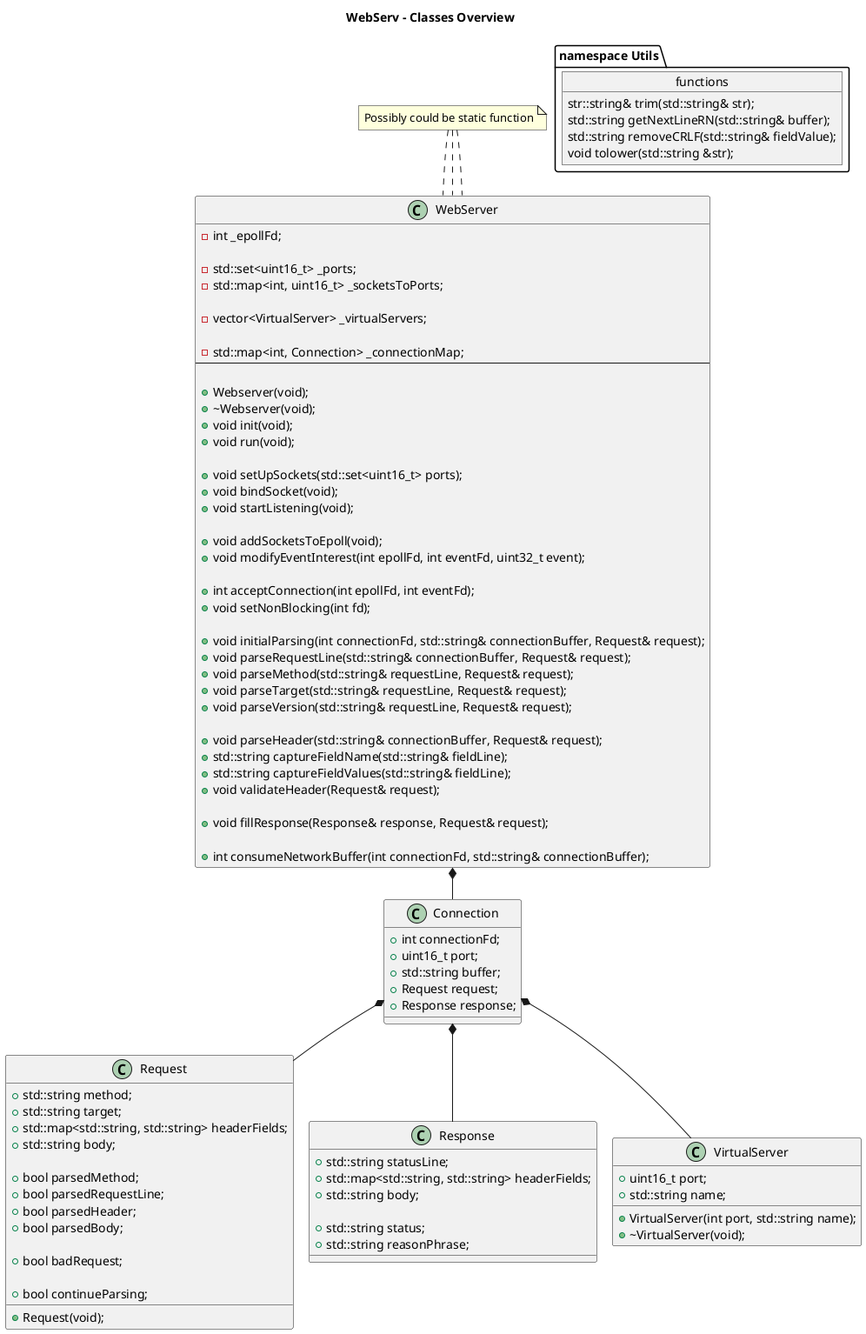
This is docs/webservSchema.png from thaisnishimoto/42sp_Webserv, a PlantUML export, as it was before one commit. Its source is kept beside it as docs/webservSchema.puml.
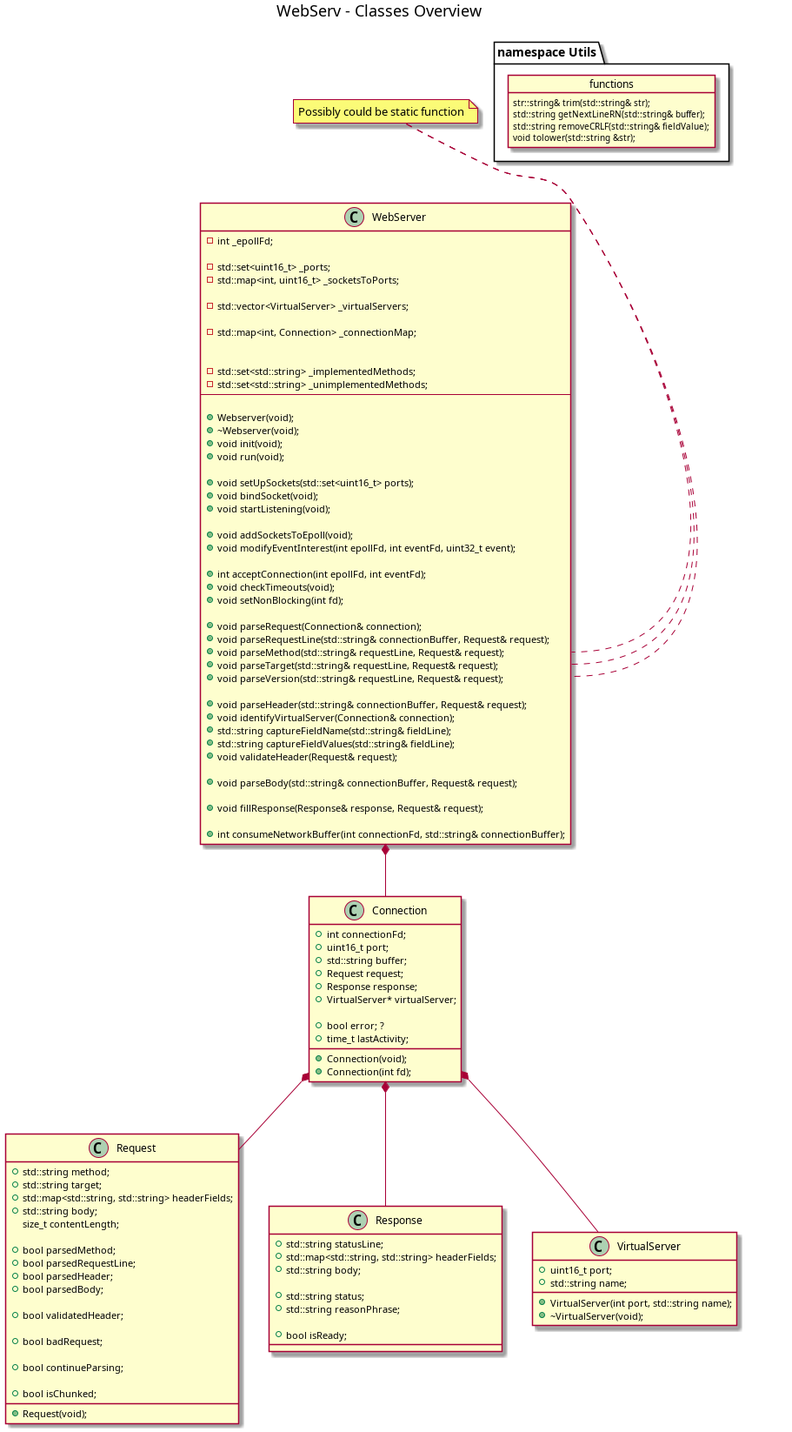
After the commit.

The edit, as a diff of the source:
```diff
@@ -15,9 +15,13 @@
 	-std::set<uint16_t> _ports;
 	-std::map<int, uint16_t> _socketsToPorts;
 
-	-vector<VirtualServer> _virtualServers;
+	-std::vector<VirtualServer> _virtualServers;
 
 	-std::map<int, Connection> _connectionMap;
+
+
+	-std::set<std::string> _implementedMethods;
+	-std::set<std::string> _unimplementedMethods;
 	--
 
 	+Webserver(void);
@@ -33,18 +37,22 @@
 	+void modifyEventInterest(int epollFd, int eventFd, uint32_t event);
 
 	+int acceptConnection(int epollFd, int eventFd);
+	+void checkTimeouts(void);
 	+void setNonBlocking(int fd);
 
-	+void initialParsing(int connectionFd, std::string& connectionBuffer, Request& request);
+	+void parseRequest(Connection& connection);
 	+void parseRequestLine(std::string& connectionBuffer, Request& request);
 	+void parseMethod(std::string& requestLine, Request& request);
 	+void parseTarget(std::string& requestLine, Request& request);
 	+void parseVersion(std::string& requestLine, Request& request);
 
 	+void parseHeader(std::string& connectionBuffer, Request& request);
+	+void identifyVirtualServer(Connection& connection);
 	+std::string captureFieldName(std::string& fieldLine);
 	+std::string captureFieldValues(std::string& fieldLine);
 	+void validateHeader(Request& request);
+
+	+void parseBody(std::string& connectionBuffer, Request& request);
 
 	+void fillResponse(Response& response, Request& request);
 
@@ -62,7 +70,6 @@
 	+std::string name;
 
 	+VirtualServer(int port, std::string name);
-	+\~VirtualServer(void);
 }
 
 class	Request
@@ -71,15 +78,20 @@
 	+std::string target;
 	+std::map<std::string, std::string> headerFields;
 	+std::string body;
+	size_t contentLength;
 
 	+bool parsedMethod;
 	+bool parsedRequestLine;
 	+bool parsedHeader;
 	+bool parsedBody;
 
+	+bool validatedHeader;
+
 	+bool badRequest;
 
 	+bool continueParsing;
+
+	+bool isChunked;
 
 	+Request(void);
 }
@@ -92,6 +104,8 @@
 
 	+std::string status;
 	+std::string reasonPhrase;
+
+	+bool isReady;
 }
 
 class Connection
@@ -101,6 +115,13 @@
 	+std::string buffer;
 	+Request request;
 	+Response response;
+	+VirtualServer* virtualServer;
+
+	+bool error; ?
+	+time_t lastActivity;
+
+	+Connection(void);
+	+Connection(int fd);
 }
 
 package "namespace Utils"
```
